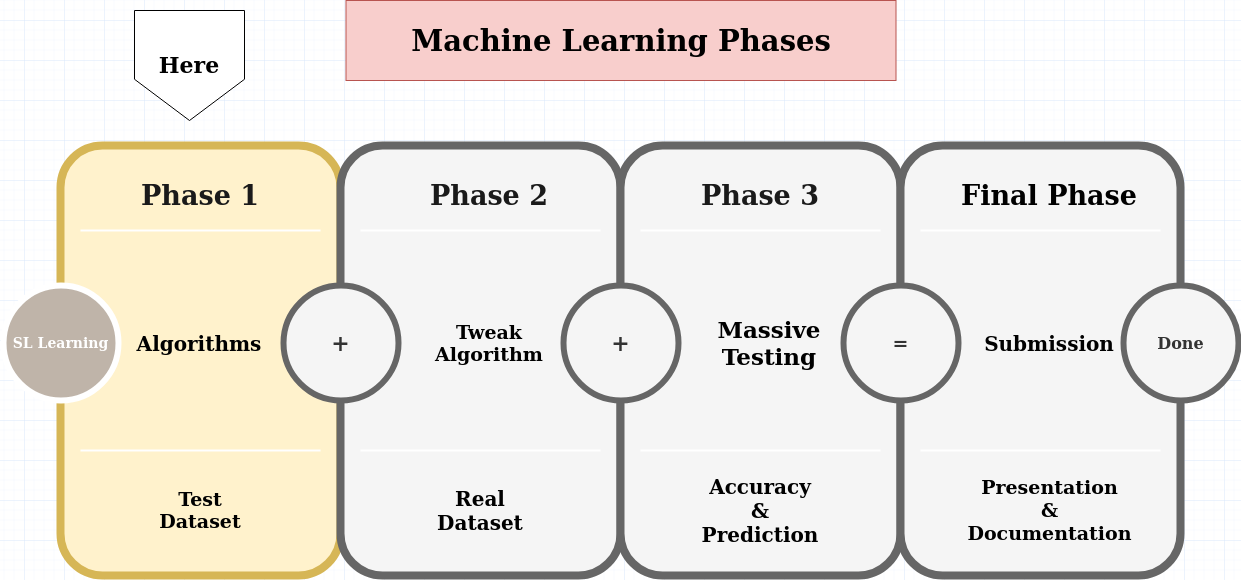
Before: Phases.png, a diagram exported from draw.io (whiterose-fsociety/machine-learning). Source tidied: cells renumbered, new cells last; positions are measured from the earlier drawing's top-left corner, leaving out a move shared by most shapes.
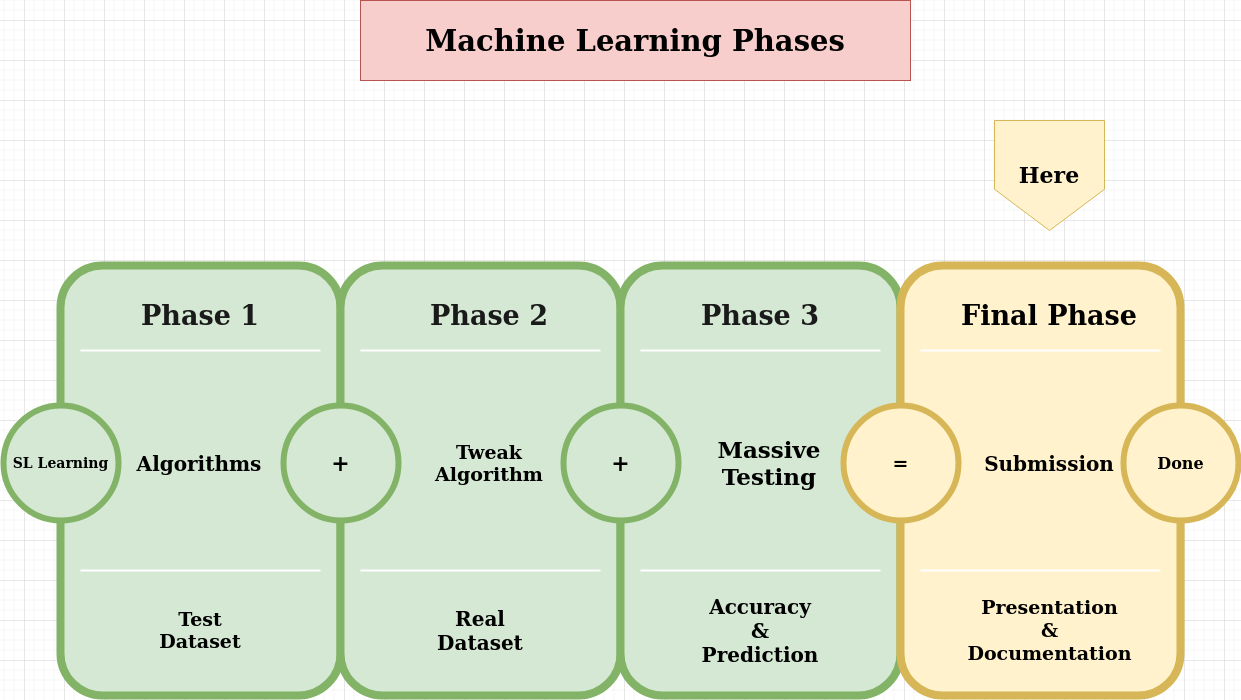
After the commit.

Change to the diagram source:
```diff
@@ -2,7 +2,7 @@
   <root>
     <mxCell id="0" />
     <mxCell id="1" parent="0" />
-    <mxCell id="2" style="whiteSpace=wrap;html=1;rounded=1;shadow=0;strokeWidth=8;fontSize=20;align=center;fillColor=#fff2cc;strokeColor=#d6b656;" parent="1" vertex="1">
+    <mxCell id="2" style="whiteSpace=wrap;html=1;rounded=1;shadow=0;strokeWidth=8;fontSize=20;align=center;fillColor=#d5e8d4;strokeColor=#82b366;" parent="1" vertex="1">
       <mxGeometry x="57" y="145" width="280" height="430" as="geometry" />
     </mxCell>
     <mxCell id="3" value="&lt;font color=&quot;#1A1A1A&quot;&gt;Phase 1&lt;/font&gt;" style="text;html=1;strokeColor=none;fillColor=none;align=center;verticalAlign=middle;whiteSpace=wrap;rounded=0;shadow=0;fontSize=27;fontColor=#FFFFFF;fontStyle=1;" parent="1" vertex="1">
@@ -14,10 +14,10 @@
     <mxCell id="5" style="line;strokeWidth=2;html=1;rounded=0;shadow=0;fontSize=27;align=center;fillColor=none;strokeColor=#FFFFFF;" parent="1" vertex="1">
       <mxGeometry x="77" y="445" width="240" height="10" as="geometry" />
     </mxCell>
-    <mxCell id="6" value="&lt;b&gt;SL Learning&lt;br&gt;&lt;/b&gt;" style="ellipse;whiteSpace=wrap;html=1;rounded=0;shadow=0;strokeWidth=6;fontSize=14;align=center;fillColor=#BFB4A9;strokeColor=#FFFFFF;fontColor=#FFFFFF;" parent="1" vertex="1">
+    <mxCell id="6" value="&lt;b&gt;SL Learning&lt;br&gt;&lt;/b&gt;" style="ellipse;whiteSpace=wrap;html=1;rounded=0;shadow=0;strokeWidth=6;fontSize=14;align=center;fillColor=#d5e8d4;strokeColor=#82b366;" parent="1" vertex="1">
       <mxGeometry y="285" width="115" height="115" as="geometry" />
     </mxCell>
-    <mxCell id="7" style="whiteSpace=wrap;html=1;rounded=1;shadow=0;strokeWidth=8;fontSize=20;align=center;fillColor=#f5f5f5;strokeColor=#666666;fontColor=#333333;" parent="1" vertex="1">
+    <mxCell id="7" style="whiteSpace=wrap;html=1;rounded=1;shadow=0;strokeWidth=8;fontSize=20;align=center;fillColor=#d5e8d4;strokeColor=#82b366;" parent="1" vertex="1">
       <mxGeometry x="337" y="145" width="280" height="430" as="geometry" />
     </mxCell>
     <mxCell id="8" style="line;strokeWidth=2;html=1;rounded=0;shadow=0;fontSize=27;align=center;fillColor=none;strokeColor=#FFFFFF;" parent="1" vertex="1">
@@ -26,10 +26,10 @@
     <mxCell id="9" style="line;strokeWidth=2;html=1;rounded=0;shadow=0;fontSize=27;align=center;fillColor=none;strokeColor=#FFFFFF;" parent="1" vertex="1">
       <mxGeometry x="357" y="445" width="240" height="10" as="geometry" />
     </mxCell>
-    <mxCell id="10" value="&lt;font style=&quot;font-size: 22px&quot;&gt;&lt;b&gt;+&lt;/b&gt;&lt;/font&gt;" style="ellipse;whiteSpace=wrap;html=1;rounded=0;shadow=0;strokeWidth=6;fontSize=14;align=center;fillColor=#f5f5f5;strokeColor=#666666;fontColor=#333333;" parent="1" vertex="1">
+    <mxCell id="10" value="&lt;font style=&quot;font-size: 22px&quot;&gt;&lt;b&gt;+&lt;/b&gt;&lt;/font&gt;" style="ellipse;whiteSpace=wrap;html=1;rounded=0;shadow=0;strokeWidth=6;fontSize=14;align=center;fillColor=#d5e8d4;strokeColor=#82b366;" parent="1" vertex="1">
       <mxGeometry x="280" y="285" width="115" height="115" as="geometry" />
     </mxCell>
-    <mxCell id="11" style="whiteSpace=wrap;html=1;rounded=1;shadow=0;strokeWidth=8;fontSize=20;align=center;fillColor=#f5f5f5;strokeColor=#666666;fontColor=#333333;" parent="1" vertex="1">
+    <mxCell id="11" style="whiteSpace=wrap;html=1;rounded=1;shadow=0;strokeWidth=8;fontSize=20;align=center;fillColor=#d5e8d4;strokeColor=#82b366;" parent="1" vertex="1">
       <mxGeometry x="617" y="145" width="280" height="430" as="geometry" />
     </mxCell>
     <mxCell id="12" style="line;strokeWidth=2;html=1;rounded=0;shadow=0;fontSize=27;align=center;fillColor=none;strokeColor=#FFFFFF;" parent="1" vertex="1">
@@ -38,10 +38,10 @@
     <mxCell id="13" style="line;strokeWidth=2;html=1;rounded=0;shadow=0;fontSize=27;align=center;fillColor=none;strokeColor=#FFFFFF;" parent="1" vertex="1">
       <mxGeometry x="637" y="445" width="240" height="10" as="geometry" />
     </mxCell>
-    <mxCell id="14" value="&lt;font style=&quot;font-size: 22px&quot;&gt;&lt;b&gt;+&lt;/b&gt;&lt;/font&gt;" style="ellipse;whiteSpace=wrap;html=1;rounded=0;shadow=0;strokeWidth=6;fontSize=14;align=center;fillColor=#f5f5f5;strokeColor=#666666;fontColor=#333333;" parent="1" vertex="1">
+    <mxCell id="14" value="&lt;font style=&quot;font-size: 22px&quot;&gt;&lt;b&gt;+&lt;/b&gt;&lt;/font&gt;" style="ellipse;whiteSpace=wrap;html=1;rounded=0;shadow=0;strokeWidth=6;fontSize=14;align=center;fillColor=#d5e8d4;strokeColor=#82b366;" parent="1" vertex="1">
       <mxGeometry x="560" y="285" width="115" height="115" as="geometry" />
     </mxCell>
-    <mxCell id="15" style="whiteSpace=wrap;html=1;rounded=1;shadow=0;strokeWidth=8;fontSize=20;align=center;fillColor=#f5f5f5;strokeColor=#666666;fontColor=#333333;" parent="1" vertex="1">
+    <mxCell id="15" style="whiteSpace=wrap;html=1;rounded=1;shadow=0;strokeWidth=8;fontSize=20;align=center;fillColor=#fff2cc;strokeColor=#d6b656;" parent="1" vertex="1">
       <mxGeometry x="897" y="145" width="280" height="430" as="geometry" />
     </mxCell>
     <mxCell id="16" style="line;strokeWidth=2;html=1;rounded=0;shadow=0;fontSize=27;align=center;fillColor=none;strokeColor=#FFFFFF;" parent="1" vertex="1">
@@ -50,14 +50,14 @@
     <mxCell id="17" style="line;strokeWidth=2;html=1;rounded=0;shadow=0;fontSize=27;align=center;fillColor=none;strokeColor=#FFFFFF;" parent="1" vertex="1">
       <mxGeometry x="917" y="445" width="240" height="10" as="geometry" />
     </mxCell>
-    <mxCell id="18" value="&lt;font style=&quot;font-size: 19px&quot;&gt;&lt;b&gt;=&lt;/b&gt;&lt;/font&gt;" style="ellipse;whiteSpace=wrap;html=1;rounded=0;shadow=0;strokeWidth=6;fontSize=14;align=center;fillColor=#f5f5f5;strokeColor=#666666;fontColor=#333333;" parent="1" vertex="1">
+    <mxCell id="18" value="&lt;font style=&quot;font-size: 19px&quot;&gt;&lt;b&gt;=&lt;/b&gt;&lt;/font&gt;" style="ellipse;whiteSpace=wrap;html=1;rounded=0;shadow=0;strokeWidth=6;fontSize=14;align=center;fillColor=#fff2cc;strokeColor=#d6b656;" parent="1" vertex="1">
       <mxGeometry x="840" y="285" width="115" height="115" as="geometry" />
     </mxCell>
-    <mxCell id="19" value="&lt;font style=&quot;font-size: 16px&quot;&gt;&lt;b&gt;Done&lt;/b&gt;&lt;/font&gt;" style="ellipse;whiteSpace=wrap;html=1;rounded=0;shadow=0;strokeWidth=6;fontSize=14;align=center;fillColor=#f5f5f5;strokeColor=#666666;fontColor=#333333;" parent="1" vertex="1">
+    <mxCell id="19" value="&lt;font style=&quot;font-size: 16px&quot;&gt;&lt;b&gt;Done&lt;/b&gt;&lt;/font&gt;" style="ellipse;whiteSpace=wrap;html=1;rounded=0;shadow=0;strokeWidth=6;fontSize=14;align=center;fillColor=#fff2cc;strokeColor=#d6b656;" parent="1" vertex="1">
       <mxGeometry x="1120" y="285" width="115" height="115" as="geometry" />
     </mxCell>
     <mxCell id="20" value="&lt;font style=&quot;font-size: 29px&quot;&gt;&lt;b&gt;Machine Learning Phases&lt;br&gt;&lt;/b&gt;&lt;/font&gt;" style="text;html=1;strokeColor=#b85450;fillColor=#f8cecc;align=center;verticalAlign=middle;whiteSpace=wrap;rounded=0;" parent="1" vertex="1">
-      <mxGeometry x="342.5" width="550" height="80" as="geometry" />
+      <mxGeometry x="357" y="-120" width="550" height="80" as="geometry" />
     </mxCell>
     <mxCell id="21" value="&lt;font style=&quot;font-size: 20px&quot;&gt;&lt;b&gt;Algorithms&lt;/b&gt;&lt;/font&gt;" style="text;html=1;strokeColor=none;fillColor=none;align=center;verticalAlign=middle;whiteSpace=wrap;rounded=0;" parent="1" vertex="1">
       <mxGeometry x="131" y="298" width="130" height="90" as="geometry" />
@@ -92,8 +92,8 @@
     <mxCell id="31" value="&lt;div&gt;&lt;font color=&quot;#000000&quot;&gt;Final Phase&lt;/font&gt;&lt;/div&gt;" style="text;html=1;strokeColor=none;fillColor=none;align=center;verticalAlign=middle;whiteSpace=wrap;rounded=0;shadow=0;fontSize=27;fontColor=#FFFFFF;fontStyle=1;" parent="1" vertex="1">
       <mxGeometry x="906" y="165" width="280" height="60" as="geometry" />
     </mxCell>
-    <mxCell id="32" value="&lt;font style=&quot;font-size: 22px&quot;&gt;&lt;b&gt;Here&lt;/b&gt;&lt;/font&gt;" style="shape=offPageConnector;whiteSpace=wrap;html=1;" parent="1" vertex="1">
-      <mxGeometry x="131" y="10" width="110" height="110" as="geometry" />
+    <mxCell id="32" value="&lt;font style=&quot;font-size: 22px&quot;&gt;&lt;b&gt;Here&lt;/b&gt;&lt;/font&gt;" style="shape=offPageConnector;whiteSpace=wrap;html=1;fillColor=#fff2cc;strokeColor=#d6b656;" parent="1" vertex="1">
+      <mxGeometry x="991" width="110" height="110" as="geometry" />
     </mxCell>
   </root>
 </mxGraphModel>
```
